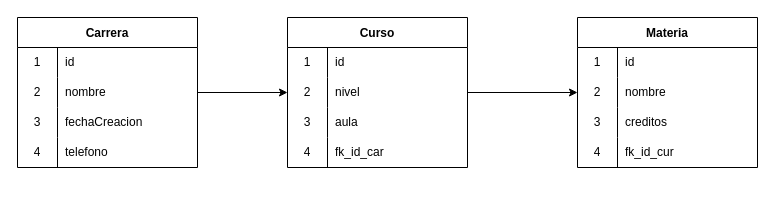
Before: universidad.dio in xavii07/universidad-django, a draw.io diagram. Source tidied: cells renumbered, new cells numbered last; positions are measured from the earlier drawing's top-left corner, leaving out a move shared by most shapes. Both pictures are drawn from the tidied source at 100%, with x=0, y=0 at pixel (17, 17).
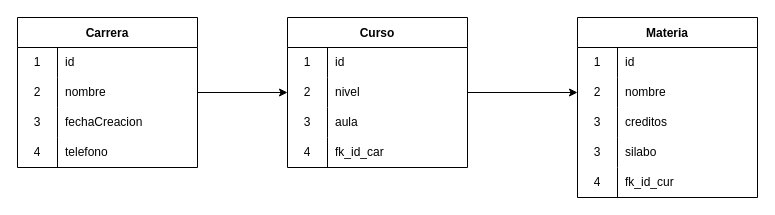
The same page after the edit.

What changed in the source:
```diff
@@
     <mxCell id="28" value="Materia" style="shape=table;startSize=30;childLayout=tableLayout;rowLines=0;fontStyle=1;" parent="1" vertex="1">
-      <mxGeometry x="560" width="180" height="150" as="geometry" />
+      <mxGeometry x="560" width="180" height="180" as="geometry" />
     </mxCell>
@@
+    <mxCell id="43" style="shape=tableRow;horizontal=0;startSize=0;swimlaneHead=0;swimlaneBody=0;top=0;left=0;bottom=0;right=0;fillColor=none;" parent="28" vertex="1">
+      <mxGeometry y="120" width="180" height="30" as="geometry" />
+    </mxCell>
+    <mxCell id="44" value="3" style="shape=partialRectangle;html=1;whiteSpace=wrap;fillColor=none;top=0;left=0;bottom=0;right=0;overflow=hidden;" parent="43" vertex="1">
+      <mxGeometry width="40" height="30" as="geometry" />
+    </mxCell>
+    <mxCell id="45" value="silabo" style="shape=partialRectangle;html=1;whiteSpace=wrap;fillColor=none;top=0;left=0;bottom=0;right=0;align=left;spacingLeft=6;overflow=hidden;" parent="43" vertex="1">
+      <mxGeometry x="40" width="140" height="30" as="geometry" />
+    </mxCell>
     <mxCell id="38" style="shape=tableRow;horizontal=0;startSize=0;swimlaneHead=0;swimlaneBody=0;top=0;left=0;bottom=0;right=0;fillColor=none;" parent="28" vertex="1">
-      <mxGeometry y="120" width="180" height="30" as="geometry" />
+      <mxGeometry y="150" width="180" height="30" as="geometry" />
     </mxCell>
```
